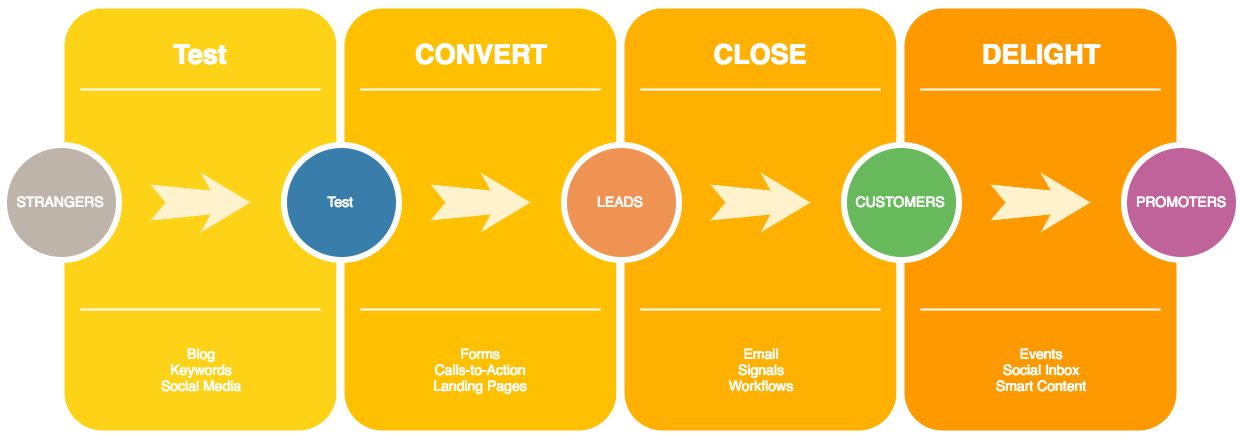
alderg/sandbox keeps this draw.io diagram as test-png-with-xml.png. Above is the earlier version. Source tidied: cells renumbered, new cells last; positions are measured from the earlier drawing's top-left corner, leaving out a move shared by most shapes.
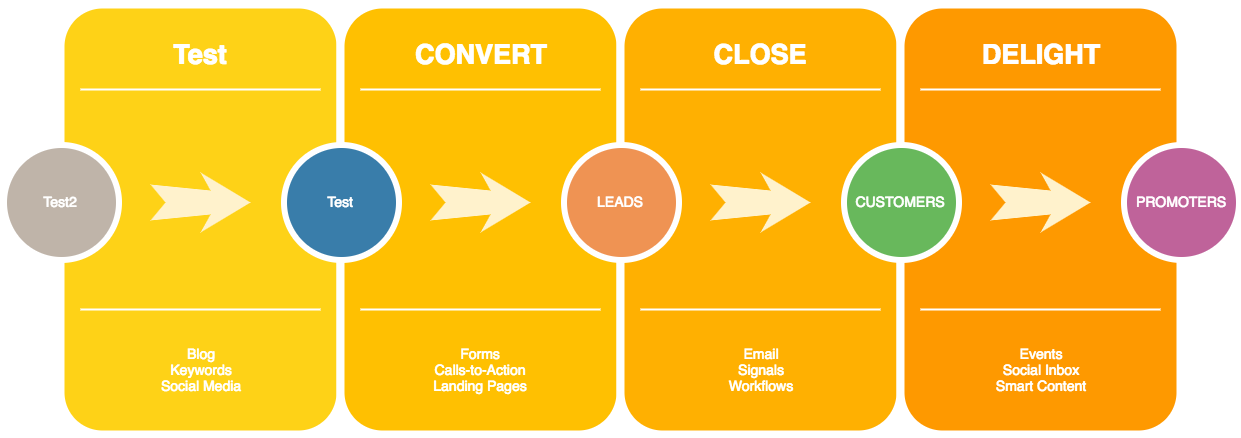
After the change.

Diff of the diagram source:
```diff
@@ -17,7 +17,7 @@
     <mxCell id="6" style="line;strokeWidth=2;html=1;rounded=0;shadow=0;fontSize=27;align=center;fillColor=none;strokeColor=#FFFFFF;" parent="1" vertex="1">
       <mxGeometry x="77" y="300" width="240" height="10" as="geometry" />
     </mxCell>
-    <mxCell id="7" value="STRANGERS" style="ellipse;whiteSpace=wrap;html=1;rounded=0;shadow=0;strokeWidth=6;fontSize=14;align=center;fillColor=#BFB4A9;strokeColor=#FFFFFF;fontColor=#FFFFFF;" parent="1" vertex="1">
+    <mxCell id="7" value="Test2" style="ellipse;whiteSpace=wrap;html=1;rounded=0;shadow=0;strokeWidth=6;fontSize=14;align=center;fillColor=#BFB4A9;strokeColor=#FFFFFF;fontColor=#FFFFFF;" parent="1" vertex="1">
       <mxGeometry y="140" width="115" height="115" as="geometry" />
     </mxCell>
     <mxCell id="8" style="html=1;shadow=0;dashed=0;align=center;verticalAlign=middle;shape=mxgraph.arrows2.stylisedArrow;dy=0.6;dx=40;notch=15;feather=0.4;rounded=0;strokeWidth=1;fontSize=27;strokeColor=none;fillColor=#fff2cc;" parent="1" vertex="1">
```
